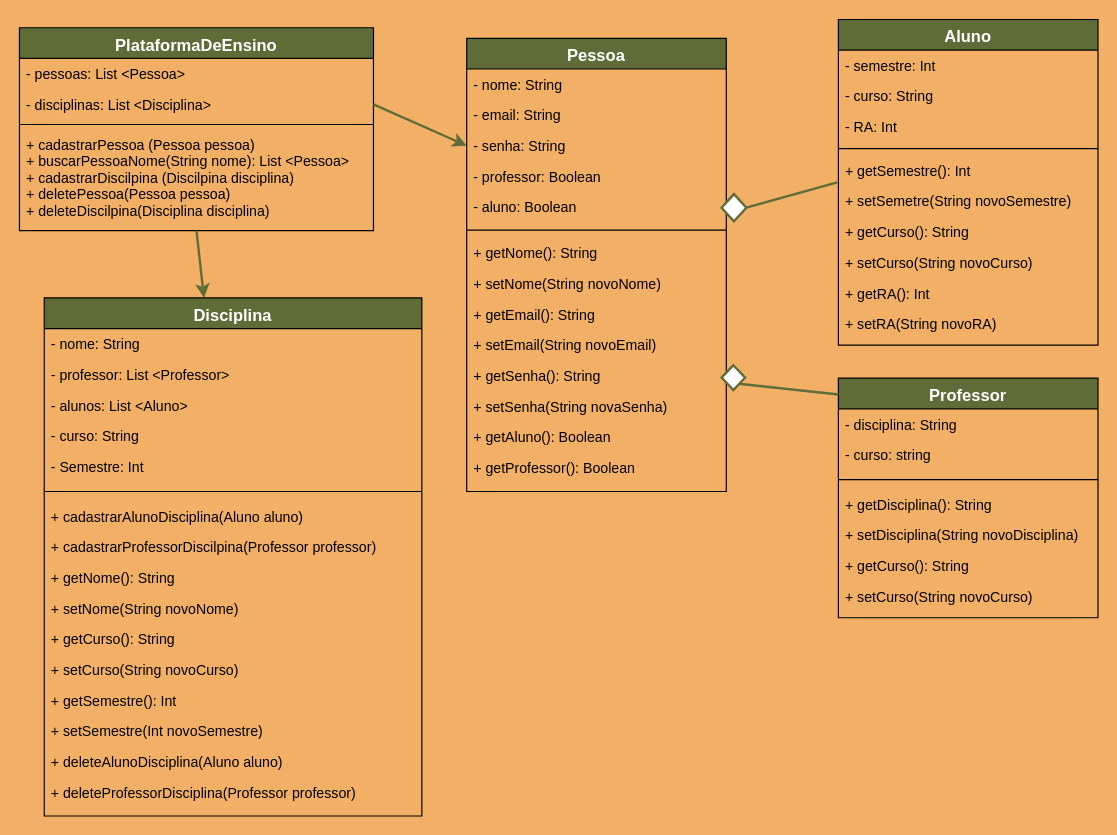
Above: Engenharia de Software/Atividade 1/Diagrama de Classes.drawio in SoSoJigsaw/bertoti (draw.io), before the change. Source tidied: cells renumbered, new cells numbered last; positions are measured from the earlier drawing's top-left corner, leaving out a move shared by most shapes. Both pictures are drawn from the tidied source at 118%, with x=0, y=0 at pixel (19, 19).
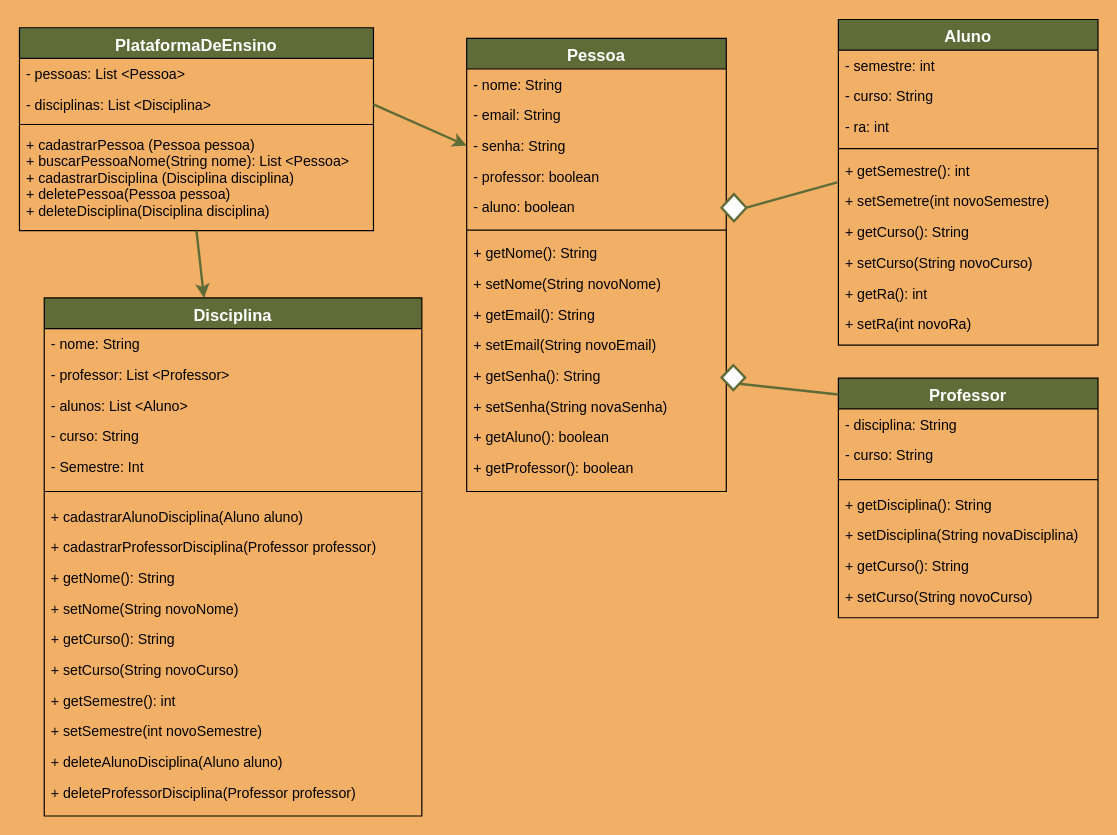
After the change.

The change refers to these unchanged cells:
```xml
<mxCell id="2" value="PlataformaDeEnsino" style="swimlane;fontStyle=1;align=center;verticalAlign=top;horizontal=1;startSize=26;rounded=0;shadow=0;strokeWidth=1;fillColor=#606C38;fontSize=14;fontColor=#FFFFFF;" parent="1" vertex="1">
  <mxGeometry y="7" width="300" height="172" as="geometry" />
</mxCell>
<mxCell id="7" value="Pessoa" style="swimlane;fontStyle=1;align=center;verticalAlign=top;horizontal=1;startSize=26;rounded=0;shadow=0;strokeWidth=1;fillColor=#606C38;fontSize=14;fontColor=#FFFFFF;" parent="1" vertex="1">
  <mxGeometry x="379" y="16" width="220" height="384" as="geometry" />
</mxCell>
<mxCell id="24" value="Disciplina" style="swimlane;fontStyle=1;align=center;verticalAlign=top;horizontal=1;startSize=26;rounded=0;shadow=0;strokeWidth=1;fillColor=#606C38;fontSize=14;fontColor=#FFFFFF;" parent="1" vertex="1">
  <mxGeometry x="21" y="236" width="320" height="439" as="geometry" />
</mxCell>
<mxCell id="41" value="Aluno" style="swimlane;fontStyle=1;align=center;verticalAlign=top;horizontal=1;startSize=26;rounded=0;shadow=0;strokeWidth=1;fillColor=#606C38;fontSize=14;fontColor=#FFFFFF;" parent="1" vertex="1">
  <mxGeometry x="694" width="220" height="276" as="geometry" />
</mxCell>
<mxCell id="52" value="Professor" style="swimlane;fontStyle=1;align=center;verticalAlign=top;horizontal=1;startSize=26;rounded=0;shadow=0;strokeWidth=1;fillColor=#606C38;fontSize=14;fontColor=#FFFFFF;" parent="1" vertex="1">
  <mxGeometry x="694" y="304" width="220" height="203" as="geometry" />
</mxCell>
```

The edit, as a diff of the source:
```diff
@@
-    <mxCell id="6" value="+ cadastrarPessoa (Pessoa pessoa)&#10;+ buscarPessoaNome(String nome): List &lt;Pessoa&gt;&#10;+ cadastrarDiscilpina (Discilpina disciplina)&#10;+ deletePessoa(Pessoa pessoa)&#10;+ deleteDiscilpina(Disciplina disciplina)&#10;&#10;&#10;" style="text;align=left;verticalAlign=top;spacingLeft=4;spacingRight=4;overflow=hidden;" parent="2" vertex="1">
+    <mxCell id="6" value="+ cadastrarPessoa (Pessoa pessoa)&#10;+ buscarPessoaNome(String nome): List &lt;Pessoa&gt;&#10;+ cadastrarDisciplina (Disciplina disciplina)&#10;+ deletePessoa(Pessoa pessoa)&#10;+ deleteDisciplina(Disciplina disciplina)&#10;&#10;&#10;" style="text;align=left;verticalAlign=top;spacingLeft=4;spacingRight=4;overflow=hidden;" parent="2" vertex="1">
       <mxGeometry y="86" width="300" height="84" as="geometry" />
     </mxCell>
@@
-    <mxCell id="11" value="- professor: Boolean" style="text;align=left;verticalAlign=top;spacingLeft=4;spacingRight=4;overflow=hidden;rounded=0;shadow=0;html=0;" parent="7" vertex="1">
+    <mxCell id="11" value="- professor: boolean" style="text;align=left;verticalAlign=top;spacingLeft=4;spacingRight=4;overflow=hidden;rounded=0;shadow=0;html=0;" parent="7" vertex="1">
       <mxGeometry y="104" width="220" height="26" as="geometry" />
     </mxCell>
-    <mxCell id="12" value="- aluno: Boolean" style="text;align=left;verticalAlign=top;spacingLeft=4;spacingRight=4;overflow=hidden;rounded=0;shadow=0;html=0;" parent="7" vertex="1">
+    <mxCell id="12" value="- aluno: boolean" style="text;align=left;verticalAlign=top;spacingLeft=4;spacingRight=4;overflow=hidden;rounded=0;shadow=0;html=0;" parent="7" vertex="1">
       <mxGeometry y="130" width="220" height="26" as="geometry" />
     </mxCell>
@@
-    <mxCell id="20" value="+ getAluno(): Boolean" style="text;align=left;verticalAlign=top;spacingLeft=4;spacingRight=4;overflow=hidden;" parent="7" vertex="1">
+    <mxCell id="20" value="+ getAluno(): boolean" style="text;align=left;verticalAlign=top;spacingLeft=4;spacingRight=4;overflow=hidden;" parent="7" vertex="1">
       <mxGeometry y="325" width="220" height="26" as="geometry" />
     </mxCell>
-    <mxCell id="21" value="+ getProfessor(): Boolean" style="text;align=left;verticalAlign=top;spacingLeft=4;spacingRight=4;overflow=hidden;" parent="7" vertex="1">
+    <mxCell id="21" value="+ getProfessor(): boolean" style="text;align=left;verticalAlign=top;spacingLeft=4;spacingRight=4;overflow=hidden;" parent="7" vertex="1">
       <mxGeometry y="351" width="220" height="26" as="geometry" />
     </mxCell>
@@
-    <mxCell id="32" value="+ cadastrarProfessorDiscilpina(Professor professor)" style="text;align=left;verticalAlign=top;spacingLeft=4;spacingRight=4;overflow=hidden;" parent="24" vertex="1">
+    <mxCell id="32" value="+ cadastrarProfessorDisciplina(Professor professor)" style="text;align=left;verticalAlign=top;spacingLeft=4;spacingRight=4;overflow=hidden;" parent="24" vertex="1">
       <mxGeometry y="198" width="320" height="26" as="geometry" />
     </mxCell>
@@
-    <mxCell id="37" value="+ getSemestre(): Int" style="text;align=left;verticalAlign=top;spacingLeft=4;spacingRight=4;overflow=hidden;" parent="24" vertex="1">
+    <mxCell id="37" value="+ getSemestre(): int" style="text;align=left;verticalAlign=top;spacingLeft=4;spacingRight=4;overflow=hidden;" parent="24" vertex="1">
       <mxGeometry y="328" width="320" height="26" as="geometry" />
     </mxCell>
-    <mxCell id="38" value="+ setSemestre(Int novoSemestre)" style="text;align=left;verticalAlign=top;spacingLeft=4;spacingRight=4;overflow=hidden;" parent="24" vertex="1">
+    <mxCell id="38" value="+ setSemestre(int novoSemestre)" style="text;align=left;verticalAlign=top;spacingLeft=4;spacingRight=4;overflow=hidden;" parent="24" vertex="1">
       <mxGeometry y="354" width="320" height="26" as="geometry" />
     </mxCell>
@@
-    <mxCell id="42" value="- semestre: Int" style="text;align=left;verticalAlign=top;spacingLeft=4;spacingRight=4;overflow=hidden;rounded=0;shadow=0;html=0;" parent="41" vertex="1">
+    <mxCell id="42" value="- semestre: int" style="text;align=left;verticalAlign=top;spacingLeft=4;spacingRight=4;overflow=hidden;rounded=0;shadow=0;html=0;" parent="41" vertex="1">
       <mxGeometry y="26" width="220" height="26" as="geometry" />
     </mxCell>
@@
-    <mxCell id="44" value="- RA: Int" style="text;align=left;verticalAlign=top;spacingLeft=4;spacingRight=4;overflow=hidden;rounded=0;shadow=0;html=0;" parent="41" vertex="1">
+    <mxCell id="44" value="- ra: int" style="text;align=left;verticalAlign=top;spacingLeft=4;spacingRight=4;overflow=hidden;rounded=0;shadow=0;html=0;" parent="41" vertex="1">
       <mxGeometry y="78" width="220" height="26" as="geometry" />
     </mxCell>
@@
-    <mxCell id="46" value="+ getSemestre(): Int" style="text;align=left;verticalAlign=top;spacingLeft=4;spacingRight=4;overflow=hidden;" parent="41" vertex="1">
+    <mxCell id="46" value="+ getSemestre(): int" style="text;align=left;verticalAlign=top;spacingLeft=4;spacingRight=4;overflow=hidden;" parent="41" vertex="1">
       <mxGeometry y="115" width="220" height="26" as="geometry" />
     </mxCell>
-    <mxCell id="47" value="+ setSemetre(String novoSemestre)" style="text;align=left;verticalAlign=top;spacingLeft=4;spacingRight=4;overflow=hidden;" parent="41" vertex="1">
+    <mxCell id="47" value="+ setSemetre(int novoSemestre)" style="text;align=left;verticalAlign=top;spacingLeft=4;spacingRight=4;overflow=hidden;" parent="41" vertex="1">
       <mxGeometry y="141" width="220" height="26" as="geometry" />
     </mxCell>
@@
-    <mxCell id="50" value="+ getRA(): Int" style="text;align=left;verticalAlign=top;spacingLeft=4;spacingRight=4;overflow=hidden;" parent="41" vertex="1">
+    <mxCell id="50" value="+ getRa(): int" style="text;align=left;verticalAlign=top;spacingLeft=4;spacingRight=4;overflow=hidden;" parent="41" vertex="1">
       <mxGeometry y="219" width="220" height="26" as="geometry" />
     </mxCell>
-    <mxCell id="51" value="+ setRA(String novoRA)" style="text;align=left;verticalAlign=top;spacingLeft=4;spacingRight=4;overflow=hidden;" parent="41" vertex="1">
+    <mxCell id="51" value="+ setRa(int novoRa)" style="text;align=left;verticalAlign=top;spacingLeft=4;spacingRight=4;overflow=hidden;" parent="41" vertex="1">
       <mxGeometry y="245" width="220" height="26" as="geometry" />
     </mxCell>
@@
-    <mxCell id="54" value="- curso: string" style="text;align=left;verticalAlign=top;spacingLeft=4;spacingRight=4;overflow=hidden;rounded=0;shadow=0;html=0;" parent="52" vertex="1">
+    <mxCell id="54" value="- curso: String" style="text;align=left;verticalAlign=top;spacingLeft=4;spacingRight=4;overflow=hidden;rounded=0;shadow=0;html=0;" parent="52" vertex="1">
       <mxGeometry y="52" width="220" height="26" as="geometry" />
     </mxCell>
@@
-    <mxCell id="57" value="+ setDisciplina(String novoDisciplina)" style="text;align=left;verticalAlign=top;spacingLeft=4;spacingRight=4;overflow=hidden;" parent="52" vertex="1">
+    <mxCell id="57" value="+ setDisciplina(String novaDisciplina)" style="text;align=left;verticalAlign=top;spacingLeft=4;spacingRight=4;overflow=hidden;" parent="52" vertex="1">
       <mxGeometry y="120" width="220" height="26" as="geometry" />
     </mxCell>
```
